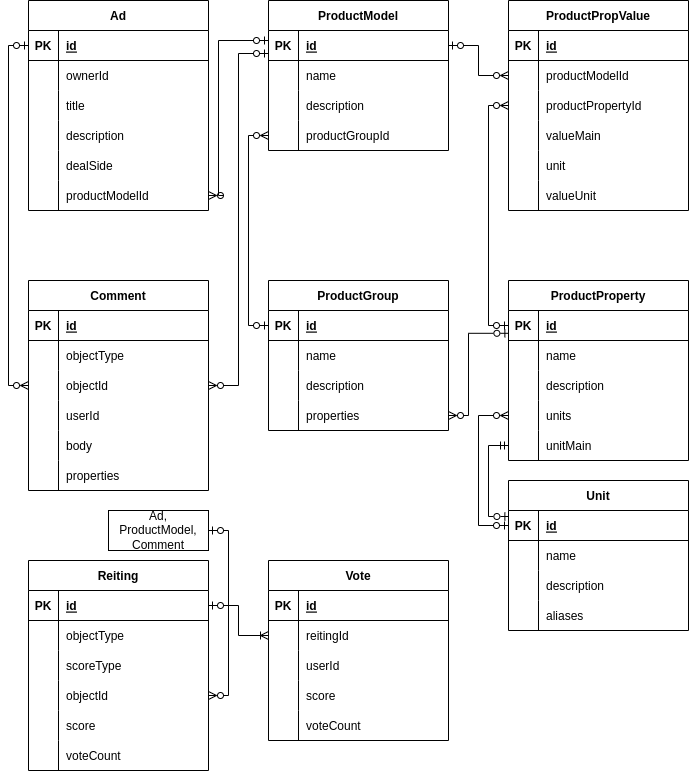
The draw.io diagram imgs/crowdproj-ER.drawio.png in crowdproj/crowdproj, before a commit. Source tidied: cells renumbered, new cells last; positions are measured from the earlier drawing's top-left corner, leaving out a move shared by most shapes.
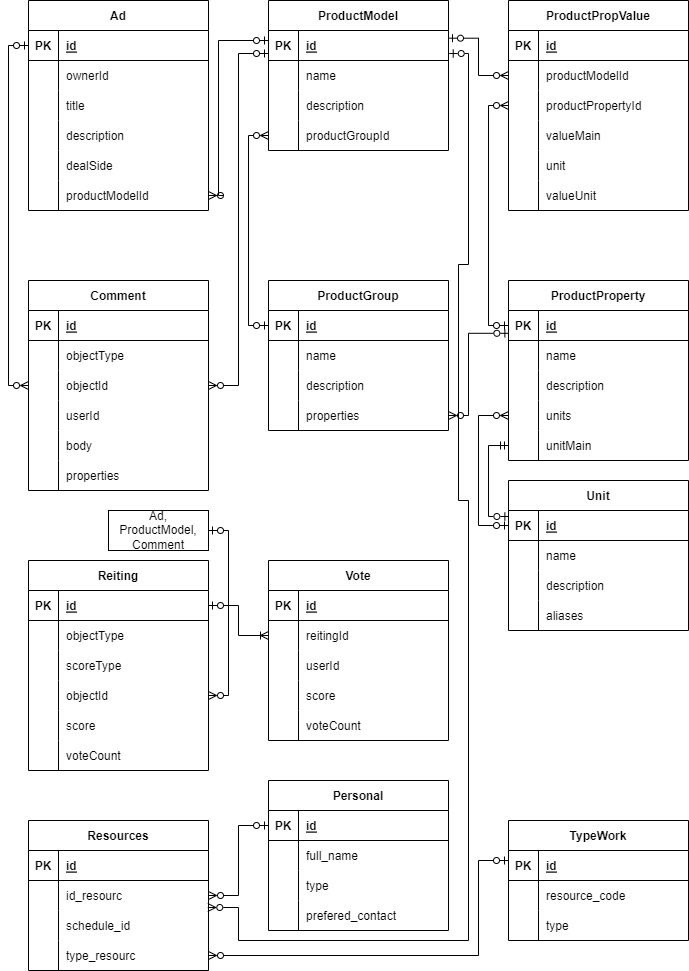
After the change.

Diff of the diagram source:
```diff
@@ -164,7 +164,7 @@
         </Array>
       </mxGeometry>
     </mxCell>
-    <mxCell id="54" style="edgeStyle=orthogonalEdgeStyle;rounded=0;jettySize=auto;html=1;entryX=1;entryY=0.5;entryDx=0;entryDy=0;startArrow=ERzeroToMany;startFill=0;endArrow=ERzeroToOne;endFill=0;" parent="1" edge="1" source="38" target="22">
+    <mxCell id="54" style="edgeStyle=orthogonalEdgeStyle;rounded=0;jettySize=auto;html=1;entryX=1;entryY=0.256;entryDx=0;entryDy=0;startArrow=ERzeroToMany;startFill=0;endArrow=ERzeroToOne;endFill=0;entryPerimeter=0;" parent="1" edge="1" source="38" target="22">
       <mxGeometry relative="1" as="geometry" />
     </mxCell>
     <mxCell id="55" value="ProductProperty" style="shape=table;startSize=30;rowLines=0;fontStyle=1;align=center;" parent="1" vertex="1">
@@ -515,5 +515,144 @@
     <mxCell id="160" style="edgeStyle=orthogonalEdgeStyle;rounded=0;jettySize=auto;html=1;entryX=0;entryY=0.5;entryDx=0;entryDy=0;startArrow=ERzeroToOne;startFill=0;endArrow=ERoneToMany;endFill=0;" parent="1" edge="1" source="124" target="148">
       <mxGeometry relative="1" as="geometry" />
     </mxCell>
+    <mxCell id="161" value="Resources" style="shape=table;startSize=30;rowLines=0;fontStyle=1;align=center;" parent="1" vertex="1">
+      <mxGeometry y="820" width="180" height="150" as="geometry" />
+    </mxCell>
+    <mxCell id="162" style="shape=tableRow;horizontal=0;startSize=0;swimlaneHead=0;swimlaneBody=0;fillColor=none;top=0;left=0;right=0;bottom=1;" parent="161" vertex="1">
+      <mxGeometry y="30" width="180" height="30" as="geometry" />
+    </mxCell>
+    <mxCell id="163" value="PK" style="shape=partialRectangle;fillColor=none;top=0;left=0;bottom=0;right=0;fontStyle=1;overflow=hidden;" parent="162" vertex="1">
+      <mxGeometry width="30" height="30" as="geometry" />
+    </mxCell>
+    <mxCell id="164" value="id" style="shape=partialRectangle;fillColor=none;top=0;left=0;bottom=0;right=0;align=left;spacingLeft=6;fontStyle=5;overflow=hidden;" parent="162" vertex="1">
+      <mxGeometry x="30" width="150" height="30" as="geometry" />
+    </mxCell>
+    <mxCell id="165" style="shape=tableRow;horizontal=0;startSize=0;swimlaneHead=0;swimlaneBody=0;fillColor=none;points=[[0,0.5],[1,0.5]];portConstraint=eastwest;top=0;left=0;right=0;bottom=0;" parent="161" vertex="1">
+      <mxGeometry y="60" width="180" height="30" as="geometry" />
+    </mxCell>
+    <mxCell id="166" style="shape=partialRectangle;fillColor=none;top=0;left=0;bottom=0;right=0;overflow=hidden;" parent="165" vertex="1">
+      <mxGeometry width="30" height="30" as="geometry" />
+    </mxCell>
+    <mxCell id="167" value="id_resourc" style="shape=partialRectangle;fillColor=none;top=0;left=0;bottom=0;right=0;align=left;spacingLeft=6;overflow=hidden;" parent="165" vertex="1">
+      <mxGeometry x="30" width="150" height="30" as="geometry" />
+    </mxCell>
+    <mxCell id="168" style="shape=tableRow;horizontal=0;startSize=0;swimlaneHead=0;swimlaneBody=0;fillColor=none;points=[[0,0.5],[1,0.5]];portConstraint=eastwest;top=0;left=0;right=0;bottom=0;" parent="161" vertex="1">
+      <mxGeometry y="90" width="180" height="30" as="geometry" />
+    </mxCell>
+    <mxCell id="169" style="shape=partialRectangle;fillColor=none;top=0;left=0;bottom=0;right=0;overflow=hidden;" parent="168" vertex="1">
+      <mxGeometry width="30" height="30" as="geometry" />
+    </mxCell>
+    <mxCell id="170" value="schedule_id" style="shape=partialRectangle;fillColor=none;top=0;left=0;bottom=0;right=0;align=left;spacingLeft=6;overflow=hidden;" parent="168" vertex="1">
+      <mxGeometry x="30" width="150" height="30" as="geometry" />
+    </mxCell>
+    <mxCell id="171" style="shape=tableRow;horizontal=0;startSize=0;swimlaneHead=0;swimlaneBody=0;fillColor=none;points=[[0,0.5],[1,0.5]];portConstraint=eastwest;top=0;left=0;right=0;bottom=0;" parent="161" vertex="1">
+      <mxGeometry y="120" width="180" height="30" as="geometry" />
+    </mxCell>
+    <mxCell id="172" style="shape=partialRectangle;fillColor=none;top=0;left=0;bottom=0;right=0;overflow=hidden;" parent="171" vertex="1">
+      <mxGeometry width="30" height="30" as="geometry" />
+    </mxCell>
+    <mxCell id="173" value="type_resourc" style="shape=partialRectangle;fillColor=none;top=0;left=0;bottom=0;right=0;align=left;spacingLeft=6;overflow=hidden;" parent="171" vertex="1">
+      <mxGeometry x="30" width="150" height="30" as="geometry" />
+    </mxCell>
+    <mxCell id="174" value="Personal" style="shape=table;startSize=30;rowLines=0;fontStyle=1;align=center;" parent="1" vertex="1">
+      <mxGeometry x="240" y="780" width="180" height="150" as="geometry" />
+    </mxCell>
+    <mxCell id="175" style="shape=tableRow;horizontal=0;startSize=0;swimlaneHead=0;swimlaneBody=0;fillColor=none;points=[[0,0.5],[1,0.5]];portConstraint=eastwest;top=0;left=0;right=0;bottom=1;" parent="174" vertex="1">
+      <mxGeometry y="30" width="180" height="30" as="geometry" />
+    </mxCell>
+    <mxCell id="176" value="PK" style="shape=partialRectangle;fillColor=none;top=0;left=0;bottom=0;right=0;fontStyle=1;overflow=hidden;" parent="175" vertex="1">
+      <mxGeometry width="30" height="30" as="geometry" />
+    </mxCell>
+    <mxCell id="177" value="id" style="shape=partialRectangle;fillColor=none;top=0;left=0;bottom=0;right=0;align=left;spacingLeft=6;fontStyle=5;overflow=hidden;" parent="175" vertex="1">
+      <mxGeometry x="30" width="150" height="30" as="geometry" />
+    </mxCell>
+    <mxCell id="178" style="shape=tableRow;horizontal=0;startSize=0;swimlaneHead=0;swimlaneBody=0;fillColor=none;top=0;left=0;right=0;bottom=0;" parent="174" vertex="1">
+      <mxGeometry y="60" width="180" height="30" as="geometry" />
+    </mxCell>
+    <mxCell id="179" style="shape=partialRectangle;fillColor=none;top=0;left=0;bottom=0;right=0;overflow=hidden;" parent="178" vertex="1">
+      <mxGeometry width="30" height="30" as="geometry" />
+    </mxCell>
+    <mxCell id="180" value="full_name" style="shape=partialRectangle;fillColor=none;top=0;left=0;bottom=0;right=0;align=left;spacingLeft=6;overflow=hidden;" parent="178" vertex="1">
+      <mxGeometry x="30" width="150" height="30" as="geometry" />
+    </mxCell>
+    <mxCell id="181" style="shape=tableRow;horizontal=0;startSize=0;swimlaneHead=0;swimlaneBody=0;fillColor=none;top=0;left=0;right=0;bottom=0;" parent="174" vertex="1">
+      <mxGeometry y="90" width="180" height="30" as="geometry" />
+    </mxCell>
+    <mxCell id="182" style="shape=partialRectangle;fillColor=none;top=0;left=0;bottom=0;right=0;overflow=hidden;" parent="181" vertex="1">
+      <mxGeometry width="30" height="30" as="geometry" />
+    </mxCell>
+    <mxCell id="183" value="type" style="shape=partialRectangle;fillColor=none;top=0;left=0;bottom=0;right=0;align=left;spacingLeft=6;overflow=hidden;" parent="181" vertex="1">
+      <mxGeometry x="30" width="150" height="30" as="geometry" />
+    </mxCell>
+    <mxCell id="184" style="shape=tableRow;horizontal=0;startSize=0;swimlaneHead=0;swimlaneBody=0;fillColor=none;top=0;left=0;right=0;bottom=0;" parent="174" vertex="1">
+      <mxGeometry y="120" width="180" height="30" as="geometry" />
+    </mxCell>
+    <mxCell id="185" style="shape=partialRectangle;fillColor=none;top=0;left=0;bottom=0;right=0;overflow=hidden;" parent="184" vertex="1">
+      <mxGeometry width="30" height="30" as="geometry" />
+    </mxCell>
+    <mxCell id="186" value="prefered_contact" style="shape=partialRectangle;fillColor=none;top=0;left=0;bottom=0;right=0;align=left;spacingLeft=6;overflow=hidden;" parent="184" vertex="1">
+      <mxGeometry x="30" width="150" height="30" as="geometry" />
+    </mxCell>
+    <mxCell id="187" value="TypeWork" style="shape=table;startSize=30;rowLines=0;fontStyle=1;align=center;" parent="1" vertex="1">
+      <mxGeometry x="480" y="820" width="180" height="120" as="geometry" />
+    </mxCell>
+    <mxCell id="188" style="shape=tableRow;horizontal=0;startSize=0;swimlaneHead=0;swimlaneBody=0;fillColor=none;top=0;left=0;right=0;bottom=1;" parent="187" vertex="1">
+      <mxGeometry y="30" width="180" height="30" as="geometry" />
+    </mxCell>
+    <mxCell id="189" value="PK" style="shape=partialRectangle;fillColor=none;top=0;left=0;bottom=0;right=0;fontStyle=1;overflow=hidden;" parent="188" vertex="1">
+      <mxGeometry width="30" height="30" as="geometry" />
+    </mxCell>
+    <mxCell id="190" value="id" style="shape=partialRectangle;fillColor=none;top=0;left=0;bottom=0;right=0;align=left;spacingLeft=6;fontStyle=5;overflow=hidden;" parent="188" vertex="1">
+      <mxGeometry x="30" width="150" height="30" as="geometry" />
+    </mxCell>
+    <mxCell id="191" style="shape=tableRow;horizontal=0;startSize=0;swimlaneHead=0;swimlaneBody=0;fillColor=none;top=0;left=0;right=0;bottom=0;" parent="187" vertex="1">
+      <mxGeometry y="60" width="180" height="30" as="geometry" />
+    </mxCell>
+    <mxCell id="192" style="shape=partialRectangle;fillColor=none;top=0;left=0;bottom=0;right=0;overflow=hidden;" parent="191" vertex="1">
+      <mxGeometry width="30" height="30" as="geometry" />
+    </mxCell>
+    <mxCell id="193" value="resource_code" style="shape=partialRectangle;fillColor=none;top=0;left=0;bottom=0;right=0;align=left;spacingLeft=6;overflow=hidden;" parent="191" vertex="1">
+      <mxGeometry x="30" width="150" height="30" as="geometry" />
+    </mxCell>
+    <mxCell id="194" style="shape=tableRow;horizontal=0;startSize=0;swimlaneHead=0;swimlaneBody=0;fillColor=none;top=0;left=0;right=0;bottom=0;" parent="187" vertex="1">
+      <mxGeometry y="90" width="180" height="30" as="geometry" />
+    </mxCell>
+    <mxCell id="195" style="shape=partialRectangle;fillColor=none;top=0;left=0;bottom=0;right=0;overflow=hidden;" parent="194" vertex="1">
+      <mxGeometry width="30" height="30" as="geometry" />
+    </mxCell>
+    <mxCell id="196" value="type" style="shape=partialRectangle;fillColor=none;top=0;left=0;bottom=0;right=0;align=left;spacingLeft=6;overflow=hidden;" parent="194" vertex="1">
+      <mxGeometry x="30" width="150" height="30" as="geometry" />
+    </mxCell>
+    <mxCell id="197" style="edgeStyle=orthogonalEdgeStyle;rounded=0;jettySize=auto;html=1;entryX=0;entryY=0.5;entryDx=0;entryDy=0;startArrow=ERzeroToMany;startFill=0;endArrow=ERzeroToOne;endFill=0;exitX=1;exitY=0.5;exitDx=0;exitDy=0;" parent="1" edge="1" source="171">
+      <mxGeometry relative="1" as="geometry">
+        <mxPoint x="480" y="860" as="targetPoint" />
+        <Array as="points">
+          <mxPoint x="450" y="955" />
+          <mxPoint x="450" y="860" />
+        </Array>
+      </mxGeometry>
+    </mxCell>
+    <mxCell id="198" style="edgeStyle=orthogonalEdgeStyle;rounded=0;jettySize=auto;html=1;entryX=0;entryY=0.5;entryDx=0;entryDy=0;startArrow=ERzeroToMany;startFill=0;endArrow=ERzeroToOne;endFill=0;exitX=1;exitY=0.5;exitDx=0;exitDy=0;" parent="1" edge="1" source="165" target="175">
+      <mxGeometry relative="1" as="geometry">
+        <Array as="points">
+          <mxPoint x="210" y="895" />
+          <mxPoint x="210" y="825" />
+        </Array>
+      </mxGeometry>
+    </mxCell>
+    <mxCell id="199" style="edgeStyle=orthogonalEdgeStyle;rounded=0;jettySize=auto;html=1;entryX=1.004;entryY=0.767;entryDx=0;entryDy=0;startArrow=ERzeroToMany;startFill=0;endArrow=ERzeroToOne;endFill=0;entryPerimeter=0;exitX=0.996;exitY=-0.1;exitDx=0;exitDy=0;exitPerimeter=0;" parent="1" edge="1" source="168" target="22">
+      <mxGeometry relative="1" as="geometry">
+        <Array as="points">
+          <mxPoint x="210" y="907" />
+          <mxPoint x="210" y="940" />
+          <mxPoint x="440" y="940" />
+          <mxPoint x="440" y="500" />
+          <mxPoint x="430" y="500" />
+          <mxPoint x="430" y="264" />
+          <mxPoint x="440" y="264" />
+          <mxPoint x="440" y="53" />
+        </Array>
+      </mxGeometry>
+    </mxCell>
   </root>
 </mxGraphModel>
```
